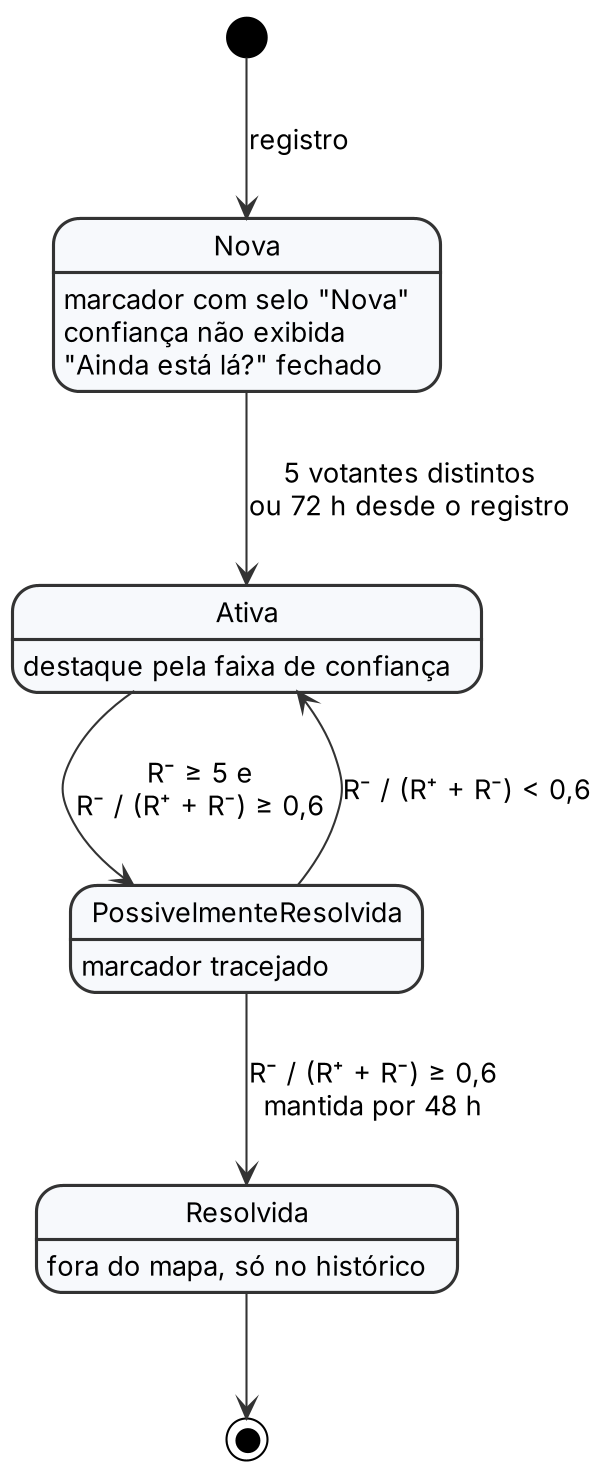
Earlier version of the PlantUML export docs/diagramas/06_estado.png (VictorHenriqueTerraCheru/TCC.back). Its source is kept beside it as docs/diagramas/06_estado.puml. Its diagram source:
```plantuml
@startuml
!include _style.iuml
hide empty description
[*] --> Nova : registro
Nova : marcador com selo "Nova"
Nova : confiança não exibida
Nova : "Ainda está lá?" já aceita votos
Ativa : destaque pela faixa de confiança
PossivelmenteResolvida : marcador tracejado
Resolvida : fora do mapa, só no histórico
Nova --> Ativa : 5 votantes distintos\nou 72 h desde o registro\n(os "não" já contam a partir daqui)
Ativa --> PossivelmenteResolvida : R⁻ ≥ 5 e\nR⁻ / (R⁺ + R⁻) ≥ 0,6
PossivelmenteResolvida --> Ativa : R⁻ / (R⁺ + R⁻) < 0,6
PossivelmenteResolvida --> Resolvida : R⁻ / (R⁺ + R⁻) ≥ 0,6\nmantida por 48 h
Resolvida --> [*]
@enduml
```
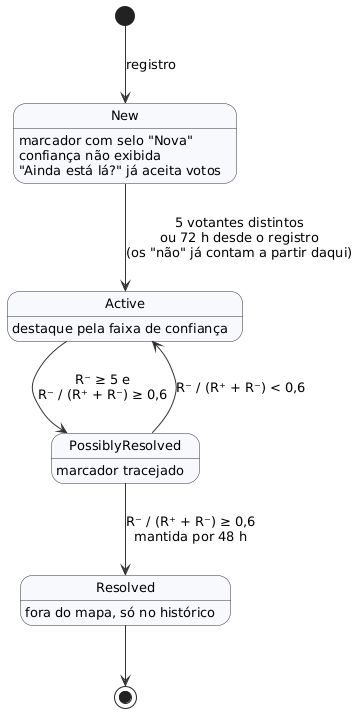
After the commit.

The edit, as a diff of the source:
```diff
@@ -1,16 +1,16 @@
 @startuml
 !include _style.iuml
 hide empty description
-[*] --> Nova : registro
-Nova : marcador com selo "Nova"
-Nova : confiança não exibida
-Nova : "Ainda está lá?" já aceita votos
-Ativa : destaque pela faixa de confiança
-PossivelmenteResolvida : marcador tracejado
-Resolvida : fora do mapa, só no histórico
-Nova --> Ativa : 5 votantes distintos\nou 72 h desde o registro\n(os "não" já contam a partir daqui)
-Ativa --> PossivelmenteResolvida : R⁻ ≥ 5 e\nR⁻ / (R⁺ + R⁻) ≥ 0,6
-PossivelmenteResolvida --> Ativa : R⁻ / (R⁺ + R⁻) < 0,6
-PossivelmenteResolvida --> Resolvida : R⁻ / (R⁺ + R⁻) ≥ 0,6\nmantida por 48 h
-Resolvida --> [*]
+[*] --> New : registro
+New : marcador com selo "Nova"
+New : confiança não exibida
+New : "Ainda está lá?" já aceita votos
+Active : destaque pela faixa de confiança
+PossiblyResolved : marcador tracejado
+Resolved : fora do mapa, só no histórico
+New --> Active : 5 votantes distintos\nou 72 h desde o registro\n(os "não" já contam a partir daqui)
+Active --> PossiblyResolved : R⁻ ≥ 5 e\nR⁻ / (R⁺ + R⁻) ≥ 0,6
+PossiblyResolved --> Active : R⁻ / (R⁺ + R⁻) < 0,6
+PossiblyResolved --> Resolved : R⁻ / (R⁺ + R⁻) ≥ 0,6\nmantida por 48 h
+Resolved --> [*]
 @enduml
```
